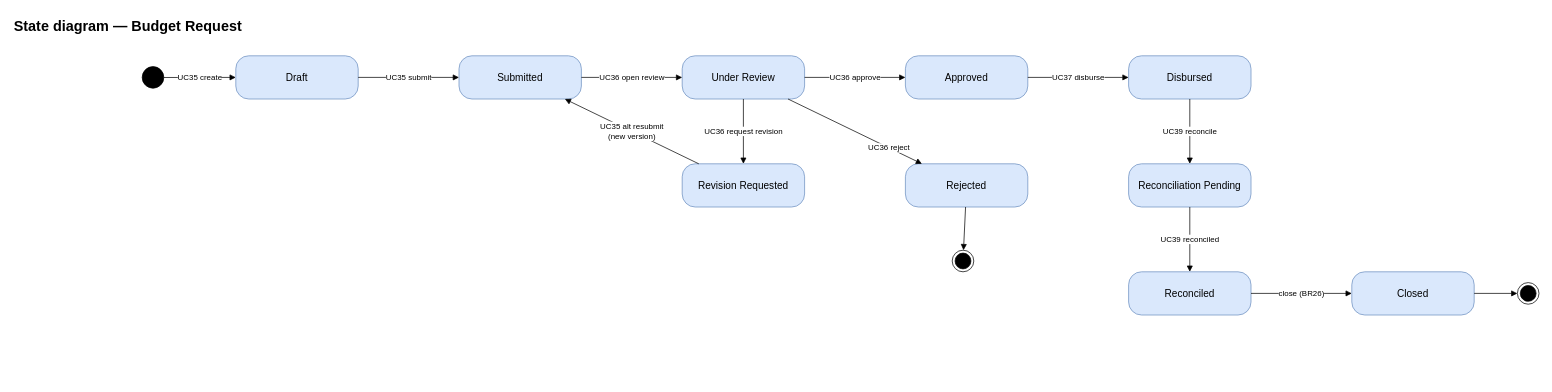
Earlier version of the draw.io diagram page "Budget Request" (7 of 8) of docs/diagrams/UCMS_State_Diagrams.drawio (nvdekay/ClubManagementSystem). Source tidied: cells renumbered, new cells numbered last; positions are measured from the earlier drawing's top-left corner, leaving out a move shared by most shapes. Both pictures are drawn from the tidied source at 72%, with x=0, y=0 at pixel (12, 12).
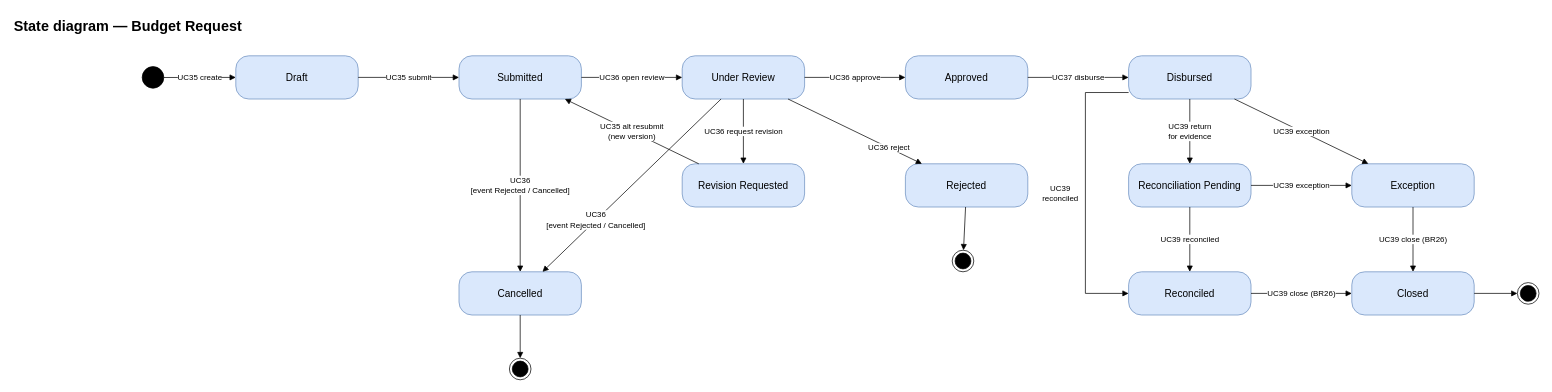
The same diagram, later.

Unchanged cells that the change refers to:
```xml
<mxCell id="4" value="Submitted" style="rounded=1;arcSize=30;whiteSpace=wrap;html=1;fillColor=#dae8fc;strokeColor=#6c8ebf;fontSize=14;" parent="1" vertex="1">
  <mxGeometry x="620" y="60" width="170" height="60" as="geometry" />
</mxCell>
<mxCell id="5" value="Under Review" style="rounded=1;arcSize=30;whiteSpace=wrap;html=1;fillColor=#dae8fc;strokeColor=#6c8ebf;fontSize=14;" parent="1" vertex="1">
  <mxGeometry x="930" y="60" width="170" height="60" as="geometry" />
</mxCell>
<mxCell id="9" value="Disbursed" style="rounded=1;arcSize=30;whiteSpace=wrap;html=1;fillColor=#dae8fc;strokeColor=#6c8ebf;fontSize=14;" parent="1" vertex="1">
  <mxGeometry x="1550" y="60" width="170" height="60" as="geometry" />
</mxCell>
<mxCell id="10" value="Reconciliation Pending" style="rounded=1;arcSize=30;whiteSpace=wrap;html=1;fillColor=#dae8fc;strokeColor=#6c8ebf;fontSize=14;" parent="1" vertex="1">
  <mxGeometry x="1550" y="210" width="170" height="60" as="geometry" />
</mxCell>
<mxCell id="11" value="Reconciled" style="rounded=1;arcSize=30;whiteSpace=wrap;html=1;fillColor=#dae8fc;strokeColor=#6c8ebf;fontSize=14;" parent="1" vertex="1">
  <mxGeometry x="1550" y="360" width="170" height="60" as="geometry" />
</mxCell>
<mxCell id="12" value="Closed" style="rounded=1;arcSize=30;whiteSpace=wrap;html=1;fillColor=#dae8fc;strokeColor=#6c8ebf;fontSize=14;" parent="1" vertex="1">
  <mxGeometry x="1860" y="360" width="170" height="60" as="geometry" />
</mxCell>
```

The edit, as a diff of the source:
```diff
@@
-    <mxCell id="26" value="UC39 reconcile" style="endArrow=block;endFill=1;html=1;rounded=0;fontSize=11;labelBackgroundColor=#ffffff;" parent="1" edge="1" source="9" target="10">
+    <mxCell id="26" value="UC39 return&lt;br&gt;for evidence" style="endArrow=block;endFill=1;html=1;rounded=0;fontSize=11;labelBackgroundColor=#ffffff;" parent="1" edge="1" source="9" target="10">
       <mxGeometry relative="1" as="geometry" />
     </mxCell>
@@
-    <mxCell id="28" value="close (BR26)" style="endArrow=block;endFill=1;html=1;rounded=0;fontSize=11;labelBackgroundColor=#ffffff;" parent="1" edge="1" source="11" target="12">
+    <mxCell id="28" value="UC39 close (BR26)" style="endArrow=block;endFill=1;html=1;rounded=0;fontSize=11;labelBackgroundColor=#ffffff;" parent="1" edge="1" source="11" target="12">
       <mxGeometry relative="1" as="geometry" />
     </mxCell>
+    <mxCell id="29" value="Cancelled" style="rounded=1;arcSize=30;whiteSpace=wrap;html=1;fillColor=#dae8fc;strokeColor=#6c8ebf;fontSize=14;" parent="1" vertex="1">
+      <mxGeometry x="620" y="360" width="170" height="60" as="geometry" />
+    </mxCell>
+    <mxCell id="30" style="ellipse;html=1;shape=endState;fillColor=#000000;strokeColor=#000000;" parent="1" vertex="1">
+      <mxGeometry x="690" y="480" width="30" height="30" as="geometry" />
+    </mxCell>
+    <mxCell id="31" value="Exception" style="rounded=1;arcSize=30;whiteSpace=wrap;html=1;fillColor=#dae8fc;strokeColor=#6c8ebf;fontSize=14;" parent="1" vertex="1">
+      <mxGeometry x="1860" y="210" width="170" height="60" as="geometry" />
+    </mxCell>
+    <mxCell id="32" value="UC36&lt;br&gt;[event Rejected / Cancelled]" style="endArrow=block;endFill=1;html=1;rounded=0;fontSize=11;labelBackgroundColor=#ffffff;" parent="1" edge="1" source="4" target="29">
+      <mxGeometry relative="1" as="geometry" />
+    </mxCell>
+    <mxCell id="33" value="UC36&lt;br&gt;[event Rejected / Cancelled]" style="endArrow=block;endFill=1;html=1;rounded=0;fontSize=11;labelBackgroundColor=#ffffff;" parent="1" edge="1" source="5" target="29">
+      <mxGeometry x="0.4" relative="1" as="geometry" />
+    </mxCell>
+    <mxCell id="34" style="endArrow=block;endFill=1;html=1;rounded=0;fontSize=11;labelBackgroundColor=#ffffff;" parent="1" edge="1" source="29" target="30">
+      <mxGeometry relative="1" as="geometry" />
+    </mxCell>
+    <mxCell id="35" value="UC39 exception" style="endArrow=block;endFill=1;html=1;rounded=0;fontSize=11;labelBackgroundColor=#ffffff;" parent="1" edge="1" source="9" target="31">
+      <mxGeometry relative="1" as="geometry" />
+    </mxCell>
+    <mxCell id="36" value="UC39 exception" style="endArrow=block;endFill=1;html=1;rounded=0;fontSize=11;labelBackgroundColor=#ffffff;" parent="1" edge="1" source="10" target="31">
+      <mxGeometry relative="1" as="geometry" />
+    </mxCell>
+    <mxCell id="37" value="UC39 close (BR26)" style="endArrow=block;endFill=1;html=1;rounded=0;fontSize=11;labelBackgroundColor=#ffffff;" parent="1" edge="1" source="31" target="12">
+      <mxGeometry relative="1" as="geometry" />
+    </mxCell>
+    <mxCell id="38" value="UC39&lt;br&gt;reconciled" style="endArrow=block;endFill=1;html=1;rounded=0;fontSize=11;labelBackgroundColor=#ffffff;exitX=0;exitY=0.85;entryX=0;entryY=0.5;" parent="1" edge="1" source="9" target="11">
+      <mxGeometry relative="1" as="geometry">
+        <Array as="points">
+          <mxPoint x="1490" y="111" />
+          <mxPoint x="1490" y="390" />
+        </Array>
+        <mxPoint x="-35" as="offset" />
+      </mxGeometry>
+    </mxCell>
```
